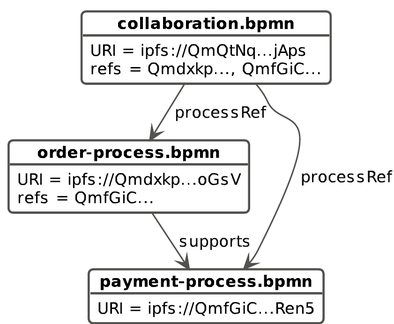
Earlier version of the PlantUML export docs/images/cascade-before.png (alfa-yohannis/ecorefs). Its source is kept beside it as papers/01-JSS/paper/figures/cascade-before.puml.
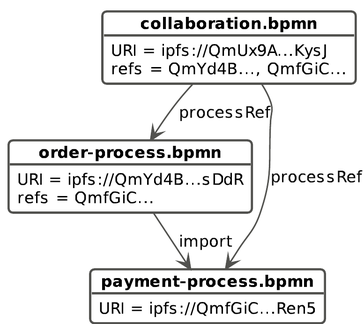
The same diagram one commit later.

The edit, as a diff of the source:
```diff
@@ -5,11 +5,11 @@
 skinparam ranksep 26
 
 object "collaboration.bpmn" as C {
-  URI = ipfs://QmQtNq...jAps
-  refs = Qmdxkp..., QmfGiC...
+  URI = ipfs://QmUx9A...KysJ
+  refs = QmYd4B..., QmfGiC...
 }
 object "order-process.bpmn" as O {
-  URI = ipfs://Qmdxkp...oGsV
+  URI = ipfs://QmYd4B...sDdR
   refs = QmfGiC...
 }
 object "payment-process.bpmn" as P {
@@ -18,5 +18,5 @@
 
 C --> O : processRef
 C --> P : processRef
-O --> P : supports
+O --> P : import
 @enduml
```
